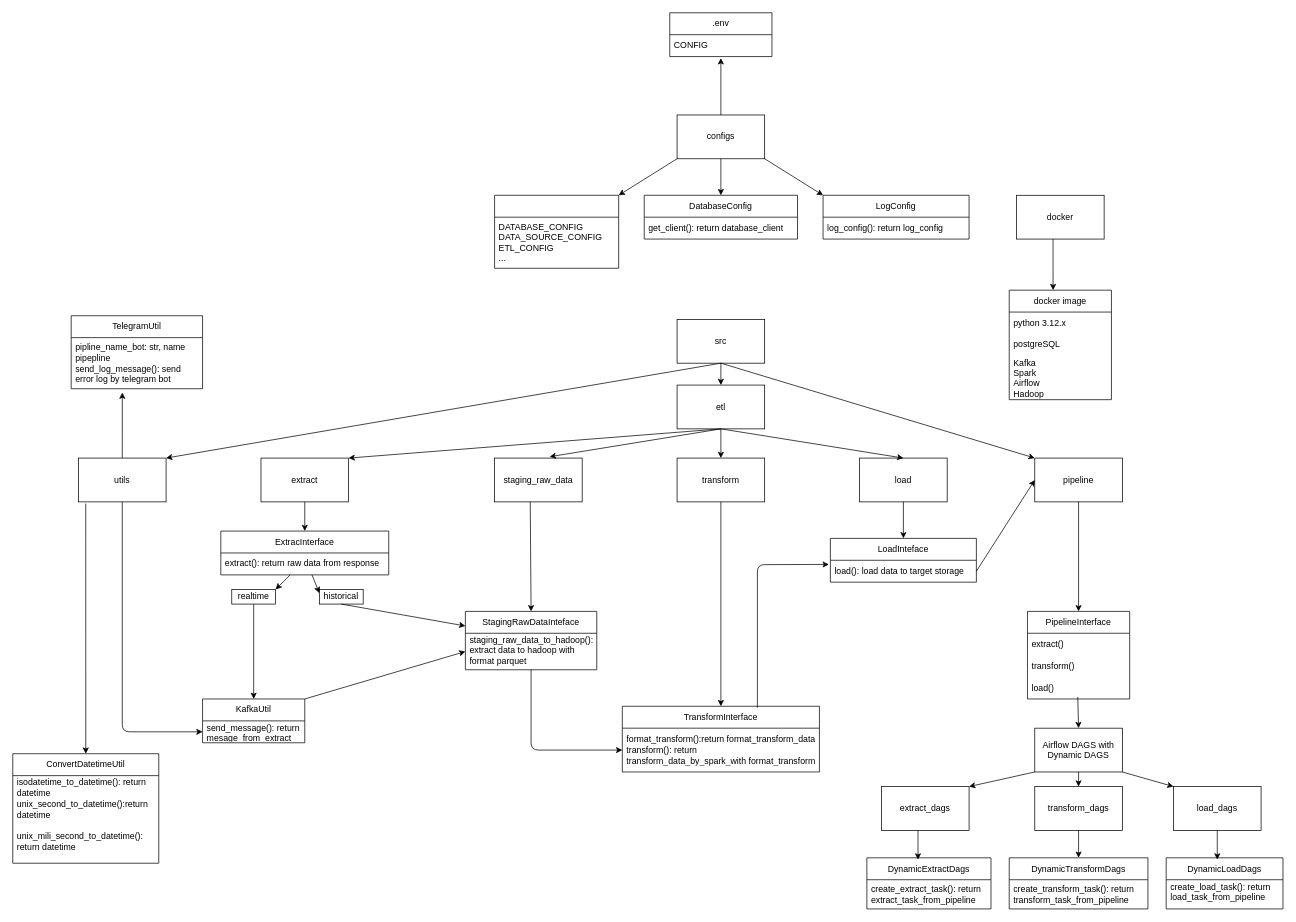
Before: docs/oop_design.drawio in adee0210/symbol-bigdata-project, a draw.io diagram. Source tidied: cells renumbered, new cells numbered last; positions are measured from the earlier drawing's top-left corner, leaving out a move shared by most shapes. Both pictures are drawn from the tidied source at 73%, with x=0, y=0 at pixel (12, 12).
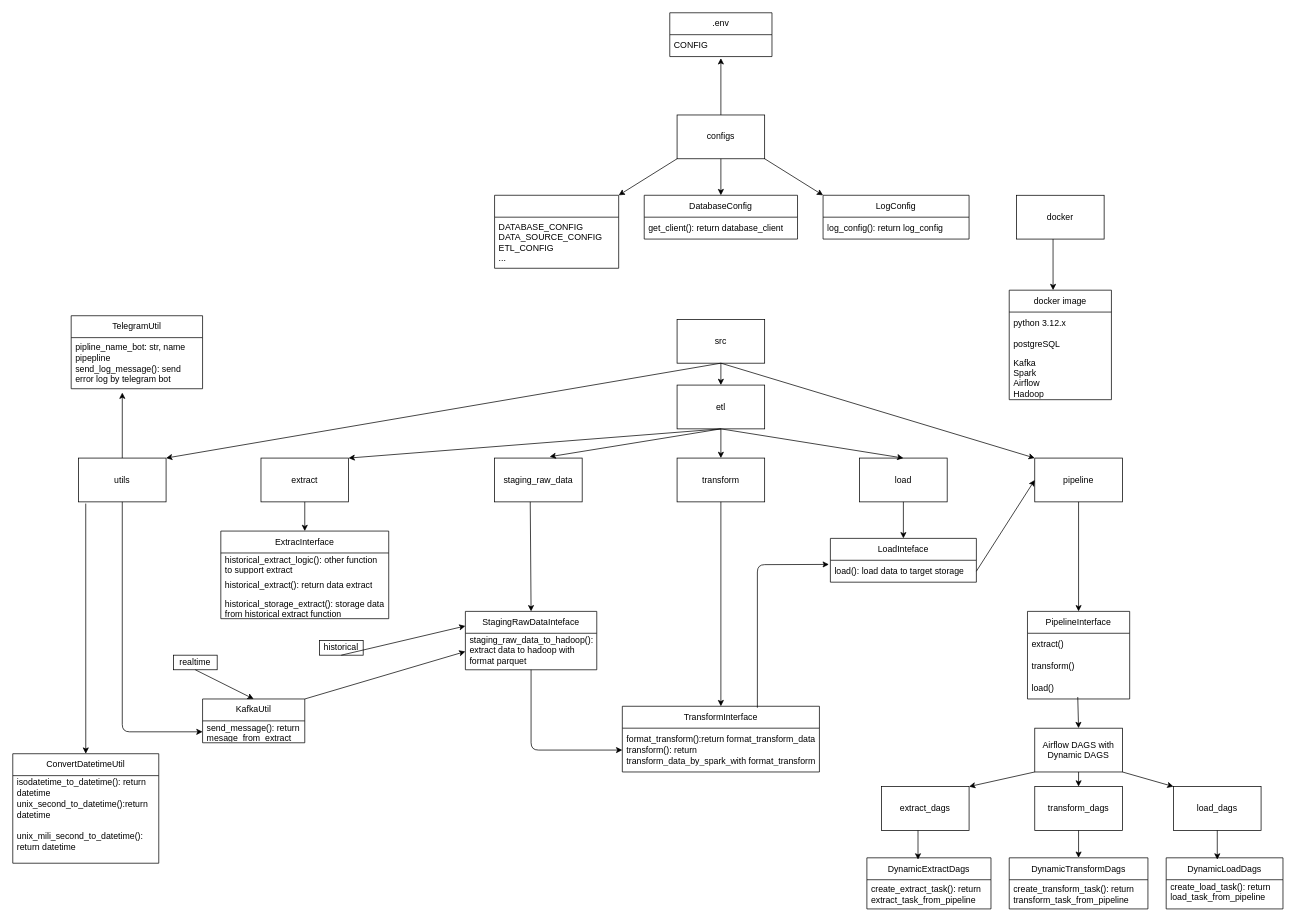
After the change.

The edit, as a diff of the source:
```diff
@@
     <mxCell id="14" value="ExtracInterface" style="swimlane;fontStyle=0;horizontal=1;startSize=30;whiteSpace=wrap;html=1;" parent="1" vertex="1">
-      <mxGeometry x="285" y="710" width="230" height="60" as="geometry" />
+      <mxGeometry x="285" y="710" width="230" height="120" as="geometry" />
     </mxCell>
-    <mxCell id="15" value="extract(): return raw data from response" style="text;strokeColor=none;fillColor=none;align=left;verticalAlign=middle;spacingLeft=4;spacingRight=4;overflow=hidden;points=[[0,0.5],[1,0.5]];portConstraint=eastwest;whiteSpace=wrap;html=1;" parent="14" vertex="1">
+    <mxCell id="15" value="historical_extract_logic(): other function to support extract&amp;nbsp;" style="text;strokeColor=none;fillColor=none;align=left;verticalAlign=middle;spacingLeft=4;spacingRight=4;overflow=hidden;points=[[0,0.5],[1,0.5]];portConstraint=eastwest;whiteSpace=wrap;html=1;" parent="14" vertex="1">
       <mxGeometry y="30" width="230" height="30" as="geometry" />
     </mxCell>
+    <mxCell id="91" value="historical_extract(): return data extract" style="text;strokeColor=none;fillColor=none;align=left;verticalAlign=middle;spacingLeft=4;spacingRight=4;overflow=hidden;whiteSpace=wrap;html=1;" parent="14" vertex="1">
+      <mxGeometry y="60" width="230" height="30" as="geometry" />
+    </mxCell>
+    <mxCell id="92" value="historical_storage_extract(): storage data from historical extract function" style="text;strokeColor=none;fillColor=none;align=left;verticalAlign=middle;spacingLeft=4;spacingRight=4;overflow=hidden;whiteSpace=wrap;html=1;" parent="14" vertex="1">
+      <mxGeometry y="90" width="230" height="30" as="geometry" />
+    </mxCell>
@@
     <mxCell id="21" value="realtime" style="rounded=0;whiteSpace=wrap;html=1;" parent="1" vertex="1">
-      <mxGeometry x="300" y="790" width="60" height="20" as="geometry" />
+      <mxGeometry x="220" y="880" width="60" height="20" as="geometry" />
     </mxCell>
     <mxCell id="22" value="historical" style="rounded=0;whiteSpace=wrap;html=1;" parent="1" vertex="1">
-      <mxGeometry x="420" y="790" width="60" height="20" as="geometry" />
+      <mxGeometry x="420" y="860" width="60" height="20" as="geometry" />
     </mxCell>
@@
-    <mxCell id="86" style="endArrow=classic;html=1;exitX=0.413;exitY=1;exitDx=0;exitDy=0;exitPerimeter=0;entryX=1;entryY=0;entryDx=0;entryDy=0;" parent="1" edge="1" source="15" target="21">
-      <mxGeometry relative="1" as="geometry" />
-    </mxCell>
-    <mxCell id="87" style="endArrow=classic;html=1;exitX=0.543;exitY=1;exitDx=0;exitDy=0;exitPerimeter=0;entryX=0;entryY=0.25;entryDx=0;entryDy=0;" parent="1" edge="1" source="15" target="22">
-      <mxGeometry relative="1" as="geometry" />
-    </mxCell>
```
